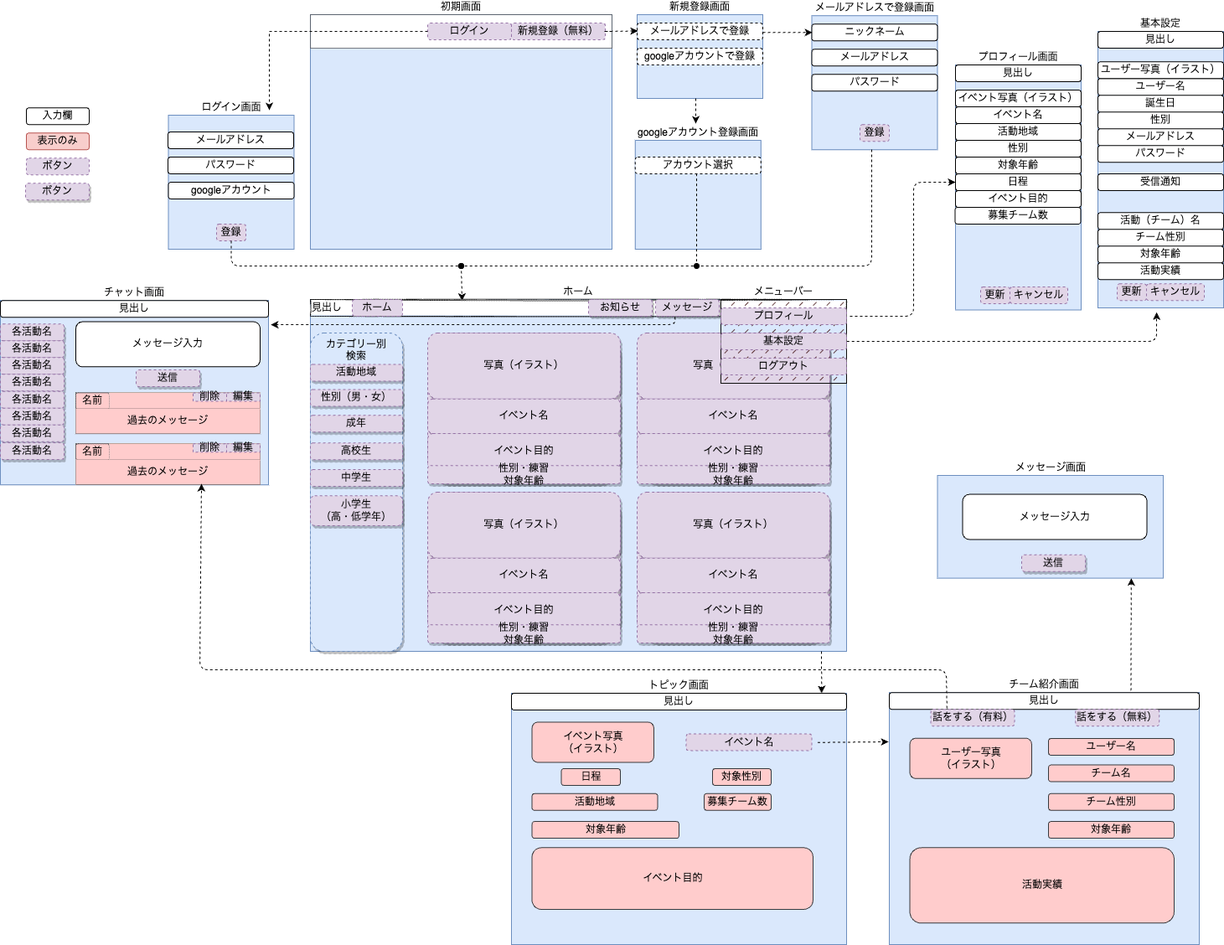
The draw.io diagram drawing/画面遷移図（pc）.png in toshinori-m/stay_connect_provisional, before a commit. Source tidied: cells renumbered, new cells last; positions are measured from the earlier drawing's top-left corner, leaving out a move shared by most shapes.
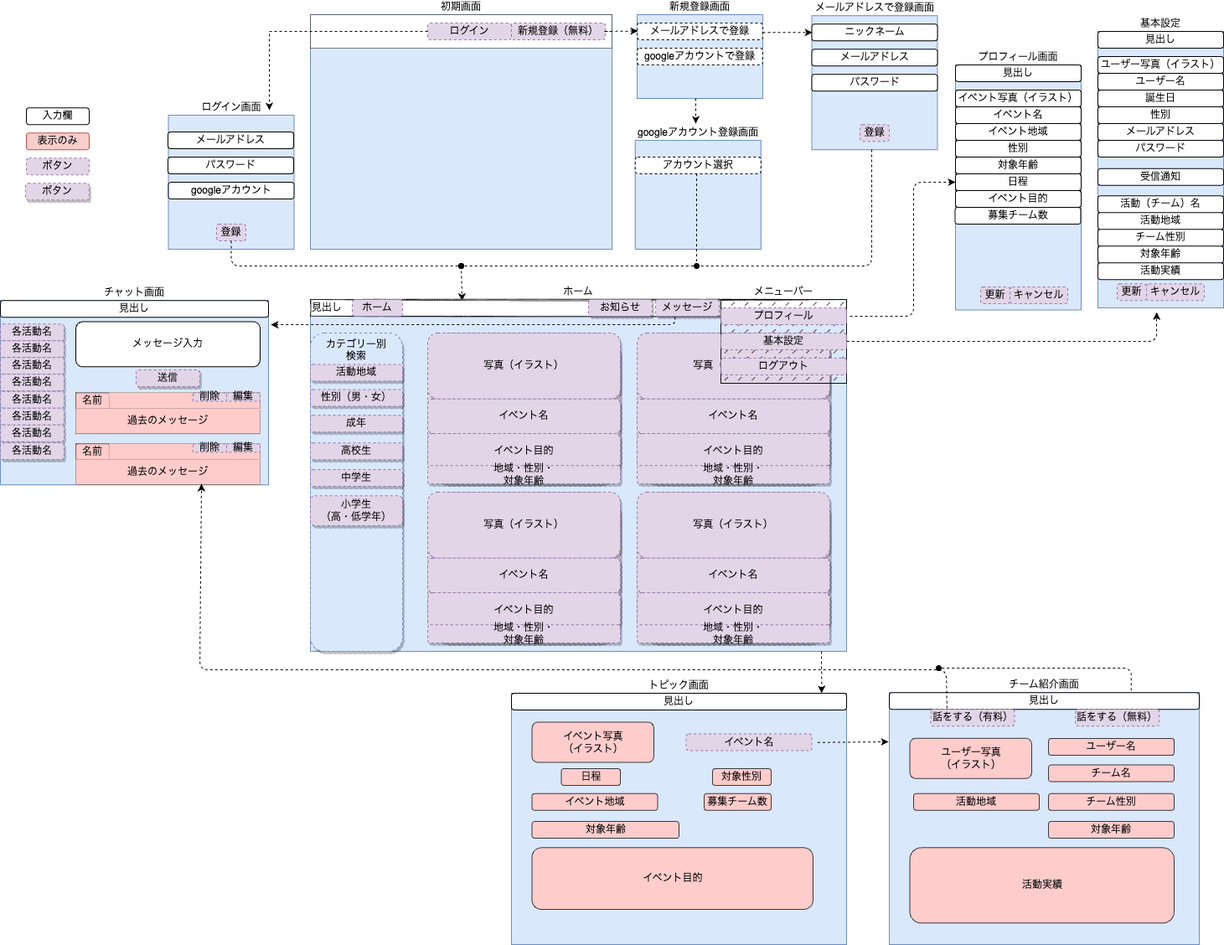
After the commit.

Diff of the diagram source:
```diff
@@ -63,7 +63,7 @@
     <mxCell id="19" value="プロフィール画面" style="rounded=0;whiteSpace=wrap;html=1;fillColor=#dae8fc;strokeColor=#6c8ebf;labelPosition=center;verticalLabelPosition=top;align=center;verticalAlign=bottom;" parent="1" vertex="1">
       <mxGeometry x="1140" y="60" width="150" height="292.5" as="geometry" />
     </mxCell>
-    <mxCell id="20" value="活動地域" style="rounded=1;whiteSpace=wrap;html=1;" parent="1" vertex="1">
+    <mxCell id="20" value="イベント地域" style="rounded=1;whiteSpace=wrap;html=1;" parent="1" vertex="1">
       <mxGeometry x="1140" y="130" width="150" height="20" as="geometry" />
     </mxCell>
     <mxCell id="21" value="性別" style="rounded=1;whiteSpace=wrap;html=1;" parent="1" vertex="1">
@@ -214,16 +214,16 @@
       <mxGeometry x="1310" y="20" width="150" height="330" as="geometry" />
     </mxCell>
     <mxCell id="59" value="誕生日" style="rounded=1;whiteSpace=wrap;html=1;" parent="1" vertex="1">
-      <mxGeometry x="1310" y="96.2" width="150" height="20" as="geometry" />
+      <mxGeometry x="1310" y="90" width="150" height="20" as="geometry" />
     </mxCell>
     <mxCell id="60" value="性別" style="rounded=1;whiteSpace=wrap;html=1;" parent="1" vertex="1">
-      <mxGeometry x="1310" y="116.2" width="150" height="20" as="geometry" />
+      <mxGeometry x="1310" y="110" width="150" height="20" as="geometry" />
     </mxCell>
     <mxCell id="61" value="メールアドレス" style="rounded=1;whiteSpace=wrap;html=1;" parent="1" vertex="1">
-      <mxGeometry x="1310" y="136.2" width="150" height="20" as="geometry" />
+      <mxGeometry x="1310" y="130" width="150" height="20" as="geometry" />
     </mxCell>
     <mxCell id="62" value="ユーザー名" style="rounded=1;whiteSpace=wrap;html=1;" parent="1" vertex="1">
-      <mxGeometry x="1310" y="76.2" width="150" height="20" as="geometry" />
+      <mxGeometry x="1310" y="70" width="150" height="20" as="geometry" />
     </mxCell>
     <mxCell id="63" value="&lt;span&gt;更新&lt;/span&gt;" style="rounded=1;whiteSpace=wrap;html=1;strokeColor=#9673a6;dashed=1;fillColor=#e1d5e7;" parent="1" vertex="1">
       <mxGeometry x="1333" y="321.2" width="35" height="20" as="geometry" />
@@ -232,10 +232,10 @@
       <mxGeometry x="1368" y="321.2" width="69" height="20" as="geometry" />
     </mxCell>
     <mxCell id="65" value="パスワード" style="rounded=1;whiteSpace=wrap;html=1;" parent="1" vertex="1">
-      <mxGeometry x="1310" y="156.2" width="150" height="20" as="geometry" />
+      <mxGeometry x="1310" y="150" width="150" height="20" as="geometry" />
     </mxCell>
     <mxCell id="66" value="受信通知" style="rounded=1;whiteSpace=wrap;html=1;" parent="1" vertex="1">
-      <mxGeometry x="1310" y="190" width="150" height="20" as="geometry" />
+      <mxGeometry x="1310" y="183.8" width="150" height="20" as="geometry" />
     </mxCell>
     <mxCell id="67" style="edgeStyle=orthogonalEdgeStyle;rounded=1;jettySize=auto;html=1;exitX=1.027;exitY=0.5;exitDx=0;exitDy=0;dashed=1;endArrow=classic;endFill=1;exitPerimeter=0;entryX=0.467;entryY=1.016;entryDx=0;entryDy=0;entryPerimeter=0;" parent="1" edge="1" target="58">
       <mxGeometry relative="1" as="geometry">
@@ -338,7 +338,7 @@
     <mxCell id="98" value="イベント目的" style="rounded=1;whiteSpace=wrap;html=1;strokeColor=#9673a6;dashed=1;fillColor=#e1d5e7;gradientColor=none;gradientDirection=radial;labelBorderColor=none;labelBackgroundColor=none;glass=0;shadow=1;" parent="94" vertex="1">
       <mxGeometry y="119.9" width="230" height="41.2" as="geometry" />
     </mxCell>
-    <mxCell id="99" value="性別・練習&lt;br&gt;対象年齢" style="rounded=1;whiteSpace=wrap;html=1;strokeColor=#9673a6;dashed=1;fillColor=#e1d5e7;gradientColor=none;gradientDirection=radial;labelBorderColor=none;labelBackgroundColor=none;glass=0;shadow=1;" parent="94" vertex="1">
+    <mxCell id="99" value="地域・性別・&lt;br&gt;対象年齢" style="rounded=1;whiteSpace=wrap;html=1;strokeColor=#9673a6;dashed=1;fillColor=#e1d5e7;gradientColor=none;gradientDirection=radial;labelBorderColor=none;labelBackgroundColor=none;glass=0;shadow=1;" parent="94" vertex="1">
       <mxGeometry y="158.3" width="230" height="21.7" as="geometry" />
     </mxCell>
     <mxCell id="100" style="group;" parent="1" vertex="1">
@@ -356,7 +356,7 @@
     <mxCell id="104" value="イベント目的" style="rounded=1;whiteSpace=wrap;html=1;strokeColor=#9673a6;dashed=1;fillColor=#e1d5e7;gradientColor=none;gradientDirection=radial;labelBorderColor=none;labelBackgroundColor=none;glass=0;shadow=1;" parent="100" vertex="1">
       <mxGeometry y="119.9" width="230" height="41.2" as="geometry" />
     </mxCell>
-    <mxCell id="105" value="性別・練習&lt;br&gt;対象年齢" style="rounded=1;whiteSpace=wrap;html=1;strokeColor=#9673a6;dashed=1;fillColor=#e1d5e7;gradientColor=none;gradientDirection=radial;labelBorderColor=none;labelBackgroundColor=none;glass=0;shadow=1;" parent="100" vertex="1">
+    <mxCell id="105" value="地域・性別・&lt;br&gt;対象年齢" style="rounded=1;whiteSpace=wrap;html=1;strokeColor=#9673a6;dashed=1;fillColor=#e1d5e7;gradientColor=none;gradientDirection=radial;labelBorderColor=none;labelBackgroundColor=none;glass=0;shadow=1;" parent="100" vertex="1">
       <mxGeometry y="158.3" width="230" height="21.7" as="geometry" />
     </mxCell>
     <mxCell id="106" style="group;" parent="1" vertex="1">
@@ -374,7 +374,7 @@
     <mxCell id="110" value="イベント目的" style="rounded=1;whiteSpace=wrap;html=1;strokeColor=#9673a6;dashed=1;fillColor=#e1d5e7;gradientColor=none;gradientDirection=radial;labelBorderColor=none;labelBackgroundColor=none;glass=0;shadow=1;" parent="106" vertex="1">
       <mxGeometry y="119.9" width="230" height="41.2" as="geometry" />
     </mxCell>
-    <mxCell id="111" value="性別・練習&lt;br&gt;対象年齢" style="rounded=1;whiteSpace=wrap;html=1;strokeColor=#9673a6;dashed=1;fillColor=#e1d5e7;gradientColor=none;gradientDirection=radial;labelBorderColor=none;labelBackgroundColor=none;glass=0;shadow=1;" parent="106" vertex="1">
+    <mxCell id="111" value="地域・性別・&lt;br&gt;対象年齢" style="rounded=1;whiteSpace=wrap;html=1;strokeColor=#9673a6;dashed=1;fillColor=#e1d5e7;gradientColor=none;gradientDirection=radial;labelBorderColor=none;labelBackgroundColor=none;glass=0;shadow=1;" parent="106" vertex="1">
       <mxGeometry y="158.3" width="230" height="21.7" as="geometry" />
     </mxCell>
     <mxCell id="112" style="group;" parent="1" vertex="1">
@@ -392,7 +392,7 @@
     <mxCell id="116" value="イベント目的" style="rounded=1;whiteSpace=wrap;html=1;strokeColor=#9673a6;dashed=1;fillColor=#e1d5e7;gradientColor=none;gradientDirection=radial;labelBorderColor=none;labelBackgroundColor=none;glass=0;shadow=1;" parent="112" vertex="1">
       <mxGeometry y="119.9" width="230" height="41.2" as="geometry" />
     </mxCell>
-    <mxCell id="117" value="性別・練習&lt;br&gt;対象年齢" style="rounded=1;whiteSpace=wrap;html=1;strokeColor=#9673a6;dashed=1;fillColor=#e1d5e7;gradientColor=none;gradientDirection=radial;labelBorderColor=none;labelBackgroundColor=none;glass=0;shadow=1;" parent="112" vertex="1">
+    <mxCell id="117" value="地域・性別・&lt;br&gt;対象年齢" style="rounded=1;whiteSpace=wrap;html=1;strokeColor=#9673a6;dashed=1;fillColor=#e1d5e7;gradientColor=none;gradientDirection=radial;labelBorderColor=none;labelBackgroundColor=none;glass=0;shadow=1;" parent="112" vertex="1">
       <mxGeometry y="158.3" width="230" height="21.7" as="geometry" />
     </mxCell>
     <mxCell id="118" style="group;" parent="1" vertex="1">
@@ -431,21 +431,12 @@
         </Array>
       </mxGeometry>
     </mxCell>
-    <mxCell id="128" value="メッセージ画面" style="rounded=0;whiteSpace=wrap;html=1;fillColor=#dae8fc;strokeColor=#6c8ebf;labelPosition=center;verticalLabelPosition=top;align=center;verticalAlign=bottom;" parent="1" vertex="1">
-      <mxGeometry x="1118.5" y="550" width="269.5" height="122.6" as="geometry" />
-    </mxCell>
-    <mxCell id="129" value="送信" style="rounded=1;whiteSpace=wrap;html=1;strokeColor=#9673a6;dashed=1;fillColor=#e1d5e7;shadow=1;" parent="1" vertex="1">
-      <mxGeometry x="1219" y="644.7" width="76" height="20" as="geometry" />
-    </mxCell>
-    <mxCell id="130" value="メッセージ入力" style="rounded=1;whiteSpace=wrap;html=1;" parent="1" vertex="1">
-      <mxGeometry x="1148.5" y="572.6" width="220" height="53.9" as="geometry" />
-    </mxCell>
-    <mxCell id="131" style="endArrow=classic;html=1;rounded=1;dashed=1;entryX=0.75;entryY=1;entryDx=0;entryDy=0;" parent="1" edge="1">
+    <mxCell id="131" style="endArrow=oval;html=1;dashed=1;rounded=1;strokeColor=default;endFill=1;" parent="1" edge="1">
       <mxGeometry relative="1" as="geometry">
         <mxPoint x="1349.5" y="824.7" as="sourcePoint" />
-        <mxPoint x="1349.9" y="672.6" as="targetPoint" />
+        <mxPoint x="1120" y="780" as="targetPoint" />
         <Array as="points">
-          <mxPoint x="1349.5" y="750.3" />
+          <mxPoint x="1350" y="780" />
         </Array>
       </mxGeometry>
     </mxCell>
@@ -456,13 +447,13 @@
       <mxGeometry x="1140" y="90" width="150" height="20" as="geometry" />
     </mxCell>
     <mxCell id="134" value="活動（チーム）名" style="rounded=1;whiteSpace=wrap;html=1;" parent="1" vertex="1">
-      <mxGeometry x="1310" y="236.2" width="150" height="20" as="geometry" />
+      <mxGeometry x="1310" y="216.2" width="150" height="20" as="geometry" />
     </mxCell>
     <mxCell id="135" value="活動実績" style="rounded=1;whiteSpace=wrap;html=1;" parent="1" vertex="1">
       <mxGeometry x="1310" y="296.2" width="150" height="20" as="geometry" />
     </mxCell>
     <mxCell id="136" value="ユーザー写真（イラスト）" style="rounded=1;whiteSpace=wrap;html=1;" parent="1" vertex="1">
-      <mxGeometry x="1310" y="56.2" width="150" height="20" as="geometry" />
+      <mxGeometry x="1310" y="50" width="150" height="20" as="geometry" />
     </mxCell>
     <mxCell id="137" value="チーム紹介画面" style="rounded=0;whiteSpace=wrap;html=1;fillColor=#dae8fc;strokeColor=#6c8ebf;labelPosition=center;verticalLabelPosition=top;align=center;verticalAlign=bottom;" parent="1" vertex="1">
       <mxGeometry x="1061" y="809.2" width="370" height="300.8" as="geometry" />
@@ -531,7 +522,7 @@
         </Array>
       </mxGeometry>
     </mxCell>
-    <mxCell id="152" value="活動地域" style="rounded=1;whiteSpace=wrap;html=1;fillColor=#ffcccc;strokeColor=#36393d;" parent="1" vertex="1">
+    <mxCell id="152" value="イベント地域" style="rounded=1;whiteSpace=wrap;html=1;fillColor=#ffcccc;strokeColor=#36393d;" parent="1" vertex="1">
       <mxGeometry x="634.5" y="929.8" width="150" height="20" as="geometry" />
     </mxCell>
     <mxCell id="153" value="対象年齢" style="rounded=1;whiteSpace=wrap;html=1;fillColor=#ffcccc;strokeColor=#36393d;align=center;" parent="1" vertex="1">
@@ -543,5 +534,11 @@
         <mxPoint x="1060" y="868" as="targetPoint" />
       </mxGeometry>
     </mxCell>
+    <mxCell id="155" value="活動地域" style="rounded=1;whiteSpace=wrap;html=1;" parent="1" vertex="1">
+      <mxGeometry x="1310" y="236.2" width="150" height="20" as="geometry" />
+    </mxCell>
+    <mxCell id="156" value="活動地域" style="rounded=1;whiteSpace=wrap;html=1;fillColor=#ffcccc;strokeColor=#36393d;align=center;" parent="1" vertex="1">
+      <mxGeometry x="1090" y="929.8" width="150" height="20" as="geometry" />
+    </mxCell>
   </root>
 </mxGraphModel>
```
